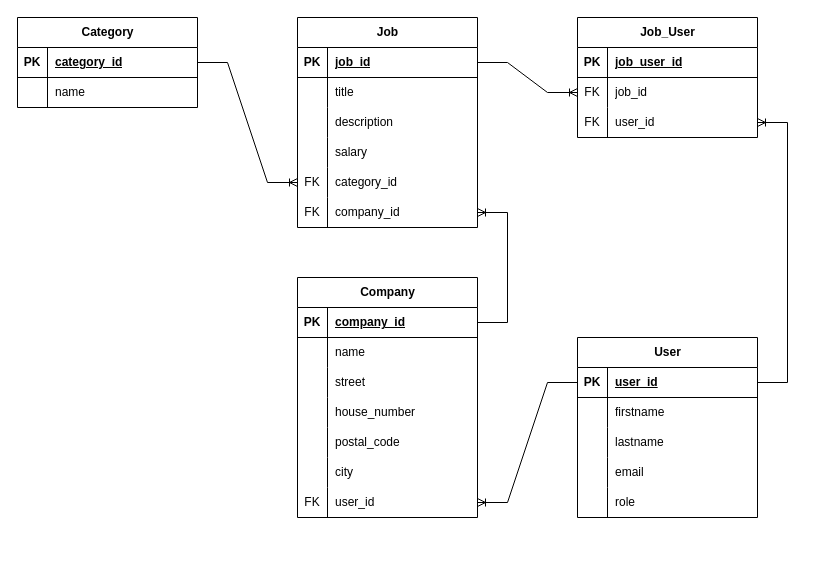
This is diagramme/ERD.drawio from Sascha2912/Jobboerse, a draw.io file, before an edit. Source tidied: cells renumbered, new cells numbered last; positions are measured from the earlier drawing's top-left corner, leaving out a move shared by most shapes. Both pictures are drawn from the tidied source at 100%, with x=0, y=0 at pixel (17, 17).
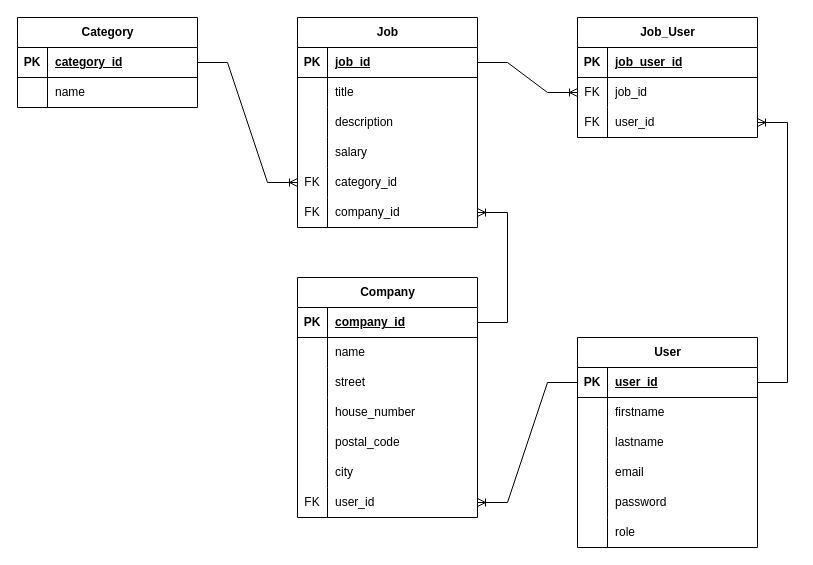
The same diagram, later.

Commit message (it also covers changes not shown here):
ERD überarbeitet

Diff of the diagram source:
```diff
@@
     <mxCell id="50" value="User" style="shape=table;startSize=30;childLayout=tableLayout;rowLines=0;fontStyle=1;align=center;html=1;" parent="1" vertex="1">
-      <mxGeometry x="560" y="320" width="180" height="180" as="geometry" />
+      <mxGeometry x="560" y="320" width="180" height="210" as="geometry" />
     </mxCell>
@@
+    <mxCell id="81" style="shape=tableRow;horizontal=0;startSize=0;swimlaneHead=0;swimlaneBody=0;fillColor=none;top=0;left=0;right=0;bottom=0;" parent="50" vertex="1">
+      <mxGeometry y="150" width="180" height="30" as="geometry" />
+    </mxCell>
+    <mxCell id="82" style="shape=partialRectangle;fillColor=none;top=0;left=0;bottom=0;right=0;overflow=hidden;whiteSpace=wrap;html=1;" parent="81" vertex="1">
+      <mxGeometry width="30" height="30" as="geometry" />
+    </mxCell>
+    <mxCell id="83" value="password" style="shape=partialRectangle;fillColor=none;top=0;left=0;bottom=0;right=0;align=left;spacingLeft=6;overflow=hidden;whiteSpace=wrap;html=1;" parent="81" vertex="1">
+      <mxGeometry x="30" width="150" height="30" as="geometry" />
+    </mxCell>
     <mxCell id="63" style="shape=tableRow;horizontal=0;startSize=0;swimlaneHead=0;swimlaneBody=0;fillColor=none;top=0;left=0;right=0;bottom=0;" parent="50" vertex="1">
-      <mxGeometry y="150" width="180" height="30" as="geometry" />
+      <mxGeometry y="180" width="180" height="30" as="geometry" />
     </mxCell>
```
